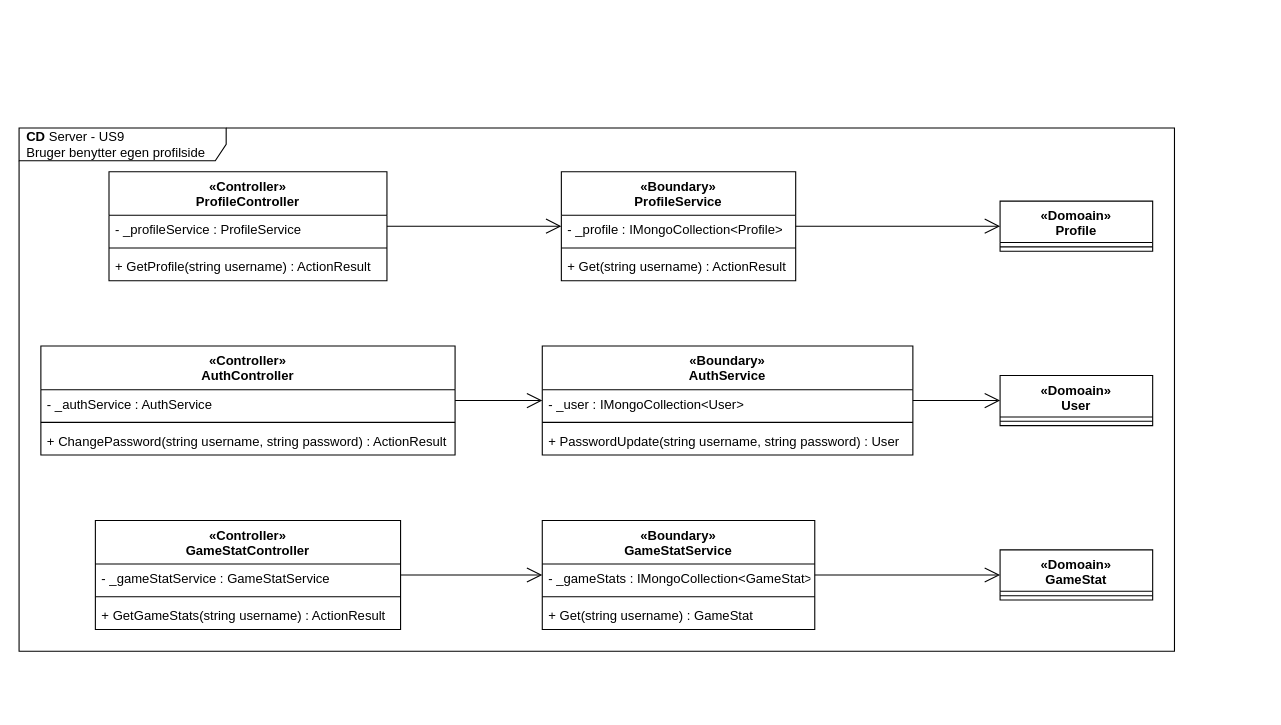
Before: page "CD-Server" (3 of 3) of diagrams/arkitektur/US9_profile.drawio in Macradon/I7BAC-PlugNPlay, a draw.io diagram. Source tidied: cells renumbered, new cells numbered last; positions are measured from the earlier drawing's top-left corner, leaving out a move shared by most shapes. Both pictures are drawn from the tidied source at 109%, with x=0, y=0 at pixel (19, 128).
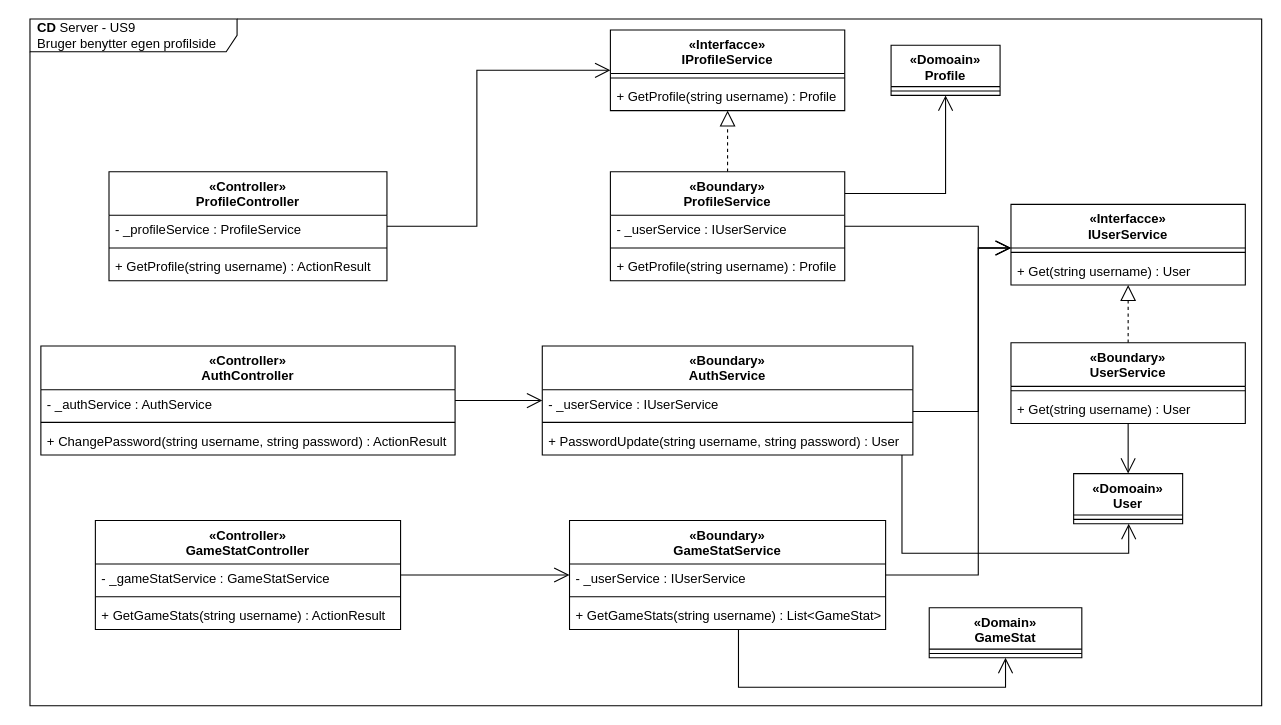
The same page after the edit.

The change refers to these unchanged cells:
```xml
<mxCell id="4" value="«Controller»&#10;ProfileController" style="swimlane;fontStyle=1;align=center;verticalAlign=top;horizontal=1;startSize=40;" parent="1" vertex="1">
  <mxGeometry x="82.5" y="40" width="255" height="100" as="geometry" />
</mxCell>
<mxCell id="21" value="«Boundary»&#10;AuthService" style="swimlane;fontStyle=1;align=center;verticalAlign=top;horizontal=1;startSize=40;" parent="1" vertex="1">
  <mxGeometry x="480" y="200" width="340" height="100" as="geometry" />
</mxCell>
```

The edit, as a diff of the source:
```diff
@@
     <mxCell id="2" value="&lt;b&gt;CD&lt;/b&gt;&amp;nbsp;Server - US9&lt;br&gt;Bruger benytter egen profilside" style="shape=umlFrame;whiteSpace=wrap;html=1;width=190;height=30;boundedLbl=1;verticalAlign=middle;align=left;spacingLeft=5;" parent="1" vertex="1">
-      <mxGeometry width="1060" height="480" as="geometry" />
+      <mxGeometry x="10" y="-100" width="1130" height="630" as="geometry" />
     </mxCell>
-    <mxCell id="3" style="edgeStyle=orthogonalEdgeStyle;rounded=0;jettySize=auto;html=1;endSize=12;endArrow=open;endFill=0;" parent="1" edge="1" source="4" target="9">
-      <mxGeometry relative="1" as="geometry" />
+    <mxCell id="3" style="edgeStyle=orthogonalEdgeStyle;rounded=0;jettySize=auto;html=1;endSize=12;endArrow=open;endFill=0;" parent="1" edge="1" source="4" target="43">
+      <mxGeometry relative="1" as="geometry">
+        <Array as="points">
+          <mxPoint x="420" y="90" />
+          <mxPoint x="420" y="-53" />
+        </Array>
+      </mxGeometry>
     </mxCell>
@@
     <mxCell id="8" style="edgeStyle=orthogonalEdgeStyle;rounded=0;jettySize=auto;html=1;endArrow=open;endFill=0;endSize=12;" parent="1" edge="1" source="9" target="13">
-      <mxGeometry relative="1" as="geometry" />
+      <mxGeometry relative="1" as="geometry">
+        <Array as="points">
+          <mxPoint x="850" y="60" />
+        </Array>
+      </mxGeometry>
     </mxCell>
+    <mxCell id="39" style="edgeStyle=orthogonalEdgeStyle;rounded=0;jettySize=auto;html=1;align=center;dashed=1;endArrow=block;endFill=0;endSize=12;" parent="1" edge="1" source="9" target="43">
+      <mxGeometry relative="1" as="geometry" />
+    </mxCell>
+    <mxCell id="40" style="edgeStyle=orthogonalEdgeStyle;rounded=0;jettySize=auto;html=1;endArrow=open;endFill=0;endSize=12;align=center;" parent="1" edge="1" source="9" target="46">
+      <mxGeometry relative="1" as="geometry">
+        <Array as="points">
+          <mxPoint x="880" y="90" />
+          <mxPoint x="880" y="110" />
+        </Array>
+      </mxGeometry>
+    </mxCell>
     <mxCell id="9" value="«Boundary»&#10;ProfileService" style="swimlane;fontStyle=1;align=center;verticalAlign=top;horizontal=1;startSize=40;" parent="1" vertex="1">
-      <mxGeometry x="497.5" y="40" width="215" height="100" as="geometry" />
+      <mxGeometry x="542.5" y="40" width="215" height="100" as="geometry" />
     </mxCell>
-    <mxCell id="10" value="- _profile : IMongoCollection&lt;Profile&gt; " style="text;strokeColor=none;fillColor=none;align=left;verticalAlign=top;spacingLeft=4;spacingRight=4;overflow=hidden;" parent="9" vertex="1">
+    <mxCell id="10" value="- _userService : IUserService" style="text;strokeColor=none;fillColor=none;align=left;verticalAlign=top;spacingLeft=4;spacingRight=4;overflow=hidden;" parent="9" vertex="1">
       <mxGeometry y="40" width="215" height="26" as="geometry" />
     </mxCell>
@@
-    <mxCell id="12" value="+ Get(string username) : ActionResult" style="text;strokeColor=none;fillColor=none;align=left;verticalAlign=top;spacingLeft=4;spacingRight=4;overflow=hidden;" parent="9" vertex="1">
+    <mxCell id="12" value="+ GetProfile(string username) : Profile" style="text;strokeColor=none;fillColor=none;align=left;verticalAlign=top;spacingLeft=4;spacingRight=4;overflow=hidden;" parent="9" vertex="1">
       <mxGeometry y="74" width="215" height="26" as="geometry" />
     </mxCell>
     <mxCell id="13" value="«Domoain»&#10;Profile" style="swimlane;fontStyle=1;align=center;verticalAlign=top;horizontal=1;startSize=38;" parent="1" vertex="1">
-      <mxGeometry x="900" y="67" width="140" height="46" as="geometry" />
+      <mxGeometry x="800" y="-76" width="100" height="46" as="geometry" />
     </mxCell>
     <mxCell id="14" style="line;strokeWidth=1;fillColor=none;align=left;verticalAlign=middle;spacingTop=-1;spacingLeft=3;spacingRight=3;labelPosition=right;" parent="13" vertex="1">
-      <mxGeometry y="38" width="140" height="8" as="geometry" />
+      <mxGeometry y="38" width="100" height="8" as="geometry" />
     </mxCell>
@@
+    <mxCell id="41" style="edgeStyle=orthogonalEdgeStyle;rounded=0;jettySize=auto;html=1;endArrow=open;endFill=0;endSize=12;align=center;" parent="1" edge="1" source="21" target="46">
+      <mxGeometry relative="1" as="geometry">
+        <Array as="points">
+          <mxPoint x="880" y="260" />
+          <mxPoint x="880" y="110" />
+        </Array>
+      </mxGeometry>
+    </mxCell>
-    <mxCell id="20" style="edgeStyle=orthogonalEdgeStyle;rounded=0;jettySize=auto;html=1;endArrow=open;endFill=0;endSize=12;" parent="1" edge="1" source="21" target="25">
-      <mxGeometry relative="1" as="geometry" />
+    <mxCell id="20" style="edgeStyle=orthogonalEdgeStyle;rounded=0;jettySize=auto;html=1;endArrow=open;endFill=0;endSize=12;align=center;" parent="1" edge="1" source="21" target="25">
+      <mxGeometry relative="1" as="geometry">
+        <Array as="points">
+          <mxPoint x="810" y="390" />
+          <mxPoint x="1018" y="390" />
+        </Array>
+      </mxGeometry>
     </mxCell>
@@
-    <mxCell id="22" value="- _user : IMongoCollection&lt;User&gt; " style="text;strokeColor=none;fillColor=none;align=left;verticalAlign=top;spacingLeft=4;spacingRight=4;overflow=hidden;" parent="21" vertex="1">
+    <mxCell id="22" value="- _userService : IUserService" style="text;strokeColor=none;fillColor=none;align=left;verticalAlign=top;spacingLeft=4;spacingRight=4;overflow=hidden;" parent="21" vertex="1">
       <mxGeometry y="40" width="340" height="26" as="geometry" />
     </mxCell>
@@
-    <mxCell id="25" value="«Domoain»&#10;User" style="swimlane;fontStyle=1;align=center;verticalAlign=top;horizontal=1;startSize=38;" parent="1" vertex="1">
-      <mxGeometry x="900" y="227" width="140" height="46" as="geometry" />
-    </mxCell>
-    <mxCell id="26" style="line;strokeWidth=1;fillColor=none;align=left;verticalAlign=middle;spacingTop=-1;spacingLeft=3;spacingRight=3;labelPosition=right;" parent="25" vertex="1">
-      <mxGeometry y="38" width="140" height="8" as="geometry" />
-    </mxCell>
@@
-    <mxCell id="32" style="edgeStyle=orthogonalEdgeStyle;rounded=0;jettySize=auto;html=1;endArrow=open;endFill=0;endSize=12;" parent="1" edge="1" source="33" target="37">
-      <mxGeometry relative="1" as="geometry" />
+    <mxCell id="32" style="edgeStyle=orthogonalEdgeStyle;rounded=0;jettySize=auto;html=1;endArrow=open;endFill=0;endSize=12;" parent="1" edge="1" source="33" target="46">
+      <mxGeometry relative="1" as="geometry">
+        <Array as="points">
+          <mxPoint x="880" y="410" />
+          <mxPoint x="880" y="110" />
+        </Array>
+      </mxGeometry>
     </mxCell>
+    <mxCell id="42" style="edgeStyle=orthogonalEdgeStyle;rounded=0;jettySize=auto;html=1;endArrow=open;endFill=0;endSize=12;align=center;" parent="1" edge="1" source="33" target="37">
+      <mxGeometry relative="1" as="geometry">
+        <Array as="points">
+          <mxPoint x="660" y="513" />
+          <mxPoint x="905" y="513" />
+        </Array>
+      </mxGeometry>
+    </mxCell>
     <mxCell id="33" value="«Boundary»&#10;GameStatService" style="swimlane;fontStyle=1;align=center;verticalAlign=top;horizontal=1;startSize=40;" parent="1" vertex="1">
-      <mxGeometry x="480" y="360" width="250" height="100" as="geometry" />
+      <mxGeometry x="505" y="360" width="290" height="100" as="geometry" />
     </mxCell>
-    <mxCell id="34" value="- _gameStats : IMongoCollection&lt;GameStat&gt; " style="text;strokeColor=none;fillColor=none;align=left;verticalAlign=top;spacingLeft=4;spacingRight=4;overflow=hidden;" parent="33" vertex="1">
-      <mxGeometry y="40" width="250" height="26" as="geometry" />
+    <mxCell id="34" value="- _userService : IUserService" style="text;strokeColor=none;fillColor=none;align=left;verticalAlign=top;spacingLeft=4;spacingRight=4;overflow=hidden;" parent="33" vertex="1">
+      <mxGeometry y="40" width="290" height="26" as="geometry" />
     </mxCell>
     <mxCell id="35" style="line;strokeWidth=1;fillColor=none;align=left;verticalAlign=middle;spacingTop=-1;spacingLeft=3;spacingRight=3;labelPosition=right;" parent="33" vertex="1">
-      <mxGeometry y="66" width="250" height="8" as="geometry" />
+      <mxGeometry y="66" width="290" height="8" as="geometry" />
     </mxCell>
-    <mxCell id="36" value="+ Get(string username) : GameStat" style="text;strokeColor=none;fillColor=none;align=left;verticalAlign=top;spacingLeft=4;spacingRight=4;overflow=hidden;" parent="33" vertex="1">
-      <mxGeometry y="74" width="250" height="26" as="geometry" />
+    <mxCell id="36" value="+ GetGameStats(string username) : List&lt;GameStat&gt;" style="text;strokeColor=none;fillColor=none;align=left;verticalAlign=top;spacingLeft=4;spacingRight=4;overflow=hidden;" parent="33" vertex="1">
+      <mxGeometry y="74" width="290" height="26" as="geometry" />
     </mxCell>
-    <mxCell id="37" value="«Domoain»&#10;GameStat" style="swimlane;fontStyle=1;align=center;verticalAlign=top;horizontal=1;startSize=38;" parent="1" vertex="1">
-      <mxGeometry x="900" y="387" width="140" height="46" as="geometry" />
+    <mxCell id="37" value="«Domain»&#10;GameStat" style="swimlane;fontStyle=1;align=center;verticalAlign=top;horizontal=1;startSize=38;" parent="1" vertex="1">
+      <mxGeometry x="835" y="440" width="140" height="46" as="geometry" />
     </mxCell>
@@
+    <mxCell id="43" value="«Interfacce»&#10;IProfileService" style="swimlane;fontStyle=1;align=center;verticalAlign=top;horizontal=1;startSize=40;" parent="1" vertex="1">
+      <mxGeometry x="542.5" y="-90" width="215" height="74" as="geometry" />
+    </mxCell>
+    <mxCell id="44" style="line;strokeWidth=1;fillColor=none;align=left;verticalAlign=middle;spacingTop=-1;spacingLeft=3;spacingRight=3;labelPosition=right;" parent="43" vertex="1">
+      <mxGeometry y="40" width="215" height="8" as="geometry" />
+    </mxCell>
+    <mxCell id="45" value="+ GetProfile(string username) : Profile" style="text;strokeColor=none;fillColor=none;align=left;verticalAlign=top;spacingLeft=4;spacingRight=4;overflow=hidden;" parent="43" vertex="1">
+      <mxGeometry y="48" width="215" height="26" as="geometry" />
+    </mxCell>
+    <mxCell id="46" value="«Interfacce»&#10;IUserService" style="swimlane;fontStyle=1;align=center;verticalAlign=top;horizontal=1;startSize=40;" parent="1" vertex="1">
+      <mxGeometry x="910" y="70" width="215" height="74" as="geometry" />
+    </mxCell>
+    <mxCell id="47" style="line;strokeWidth=1;fillColor=none;align=left;verticalAlign=middle;spacingTop=-1;spacingLeft=3;spacingRight=3;labelPosition=right;" parent="46" vertex="1">
+      <mxGeometry y="40" width="215" height="8" as="geometry" />
+    </mxCell>
+    <mxCell id="48" value="+ Get(string username) : User" style="text;strokeColor=none;fillColor=none;align=left;verticalAlign=top;spacingLeft=4;spacingRight=4;overflow=hidden;" parent="46" vertex="1">
+      <mxGeometry y="48" width="215" height="26" as="geometry" />
+    </mxCell>
+    <mxCell id="49" style="edgeStyle=orthogonalEdgeStyle;rounded=0;jettySize=auto;html=1;endArrow=block;endFill=0;endSize=12;align=center;dashed=1;" parent="1" edge="1" source="51" target="46">
+      <mxGeometry relative="1" as="geometry" />
+    </mxCell>
+    <mxCell id="50" style="edgeStyle=orthogonalEdgeStyle;rounded=0;jettySize=auto;html=1;endArrow=open;endFill=0;endSize=12;align=center;" parent="1" edge="1" source="51" target="25">
+      <mxGeometry relative="1" as="geometry">
+        <Array as="points">
+          <mxPoint x="1018" y="291" />
+          <mxPoint x="1018" y="291" />
+        </Array>
+      </mxGeometry>
+    </mxCell>
+    <mxCell id="51" value="«Boundary»&#10;UserService" style="swimlane;fontStyle=1;align=center;verticalAlign=top;horizontal=1;startSize=40;" parent="1" vertex="1">
+      <mxGeometry x="910" y="197" width="215" height="74" as="geometry" />
+    </mxCell>
+    <mxCell id="52" style="line;strokeWidth=1;fillColor=none;align=left;verticalAlign=middle;spacingTop=-1;spacingLeft=3;spacingRight=3;labelPosition=right;" parent="51" vertex="1">
+      <mxGeometry y="40" width="215" height="8" as="geometry" />
+    </mxCell>
+    <mxCell id="53" value="+ Get(string username) : User" style="text;strokeColor=none;fillColor=none;align=left;verticalAlign=top;spacingLeft=4;spacingRight=4;overflow=hidden;" parent="51" vertex="1">
+      <mxGeometry y="48" width="215" height="26" as="geometry" />
+    </mxCell>
+    <mxCell id="25" value="«Domoain»&#10;User" style="swimlane;fontStyle=1;align=center;verticalAlign=top;horizontal=1;startSize=38;" parent="1" vertex="1">
+      <mxGeometry x="967.5" y="317" width="100" height="46" as="geometry" />
+    </mxCell>
+    <mxCell id="54" style="line;strokeWidth=1;fillColor=none;align=left;verticalAlign=middle;spacingTop=-1;spacingLeft=3;spacingRight=3;labelPosition=right;" parent="25" vertex="1">
+      <mxGeometry y="38" width="100" height="8" as="geometry" />
+    </mxCell>
```
